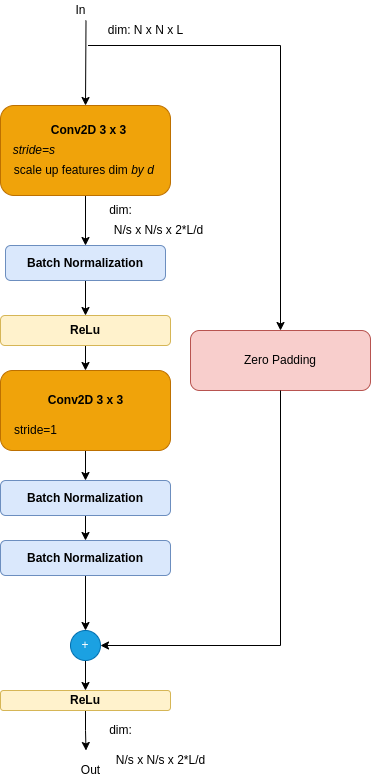
ronen-halevy/ronen-halevy.github.io keeps this draw.io diagram as assets/images/cnn-models/resnet-residual-block-dimenssions-matching-zero-padding.drawio.png. Above is the earlier version. Source tidied: cells renumbered, new cells last; positions are measured from the earlier drawing's top-left corner, leaving out a move shared by most shapes.
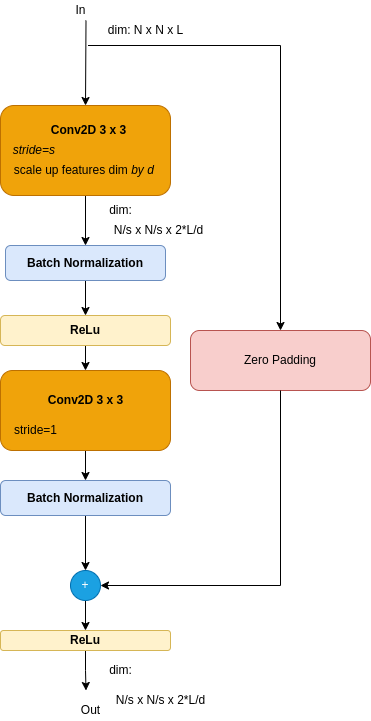
Above is the later version.

Change to the diagram source:
```diff
@@ -21,7 +21,7 @@
       <mxGeometry x="65" width="30" height="20" as="geometry" />
     </mxCell>
     <mxCell id="8" value="Out" style="text;html=1;align=center;verticalAlign=middle;strokeColor=none;fillColor=none;" parent="1" vertex="1">
-      <mxGeometry x="75" y="760" width="30" height="20" as="geometry" />
+      <mxGeometry x="75" y="700" width="30" height="20" as="geometry" />
     </mxCell>
     <mxCell id="9" value="&lt;i&gt;&amp;nbsp;&amp;nbsp;&lt;/i&gt;scale up features dim&amp;nbsp;&lt;i&gt;by d&lt;/i&gt;" style="text;html=1;align=center;verticalAlign=middle;strokeColor=none;fillColor=none;" parent="1" vertex="1">
       <mxGeometry y="160" width="160" height="20" as="geometry" />
@@ -36,27 +36,22 @@
       <mxGeometry x="100" y="20" width="90" height="20" as="geometry" />
     </mxCell>
     <mxCell id="13" value="&lt;span style=&quot;color: rgba(0 , 0 , 0 , 0) ; font-family: monospace ; font-size: 0px&quot;&gt;%3CmxGraphModel%3E%3Croot%3E%3CmxCell%20id%3D%220%22%2F%3E%3CmxCell%20id%3D%221%22%20parent%3D%220%22%2F%3E%3CmxCell%20id%3D%222%22%20value%3D%22N%2Fs%20x%20N%2Fs%20x%202*L%2Fd%22%20style%3D%22text%3Bhtml%3D1%3Balign%3Dcenter%3BverticalAlign%3Dmiddle%3Bresizable%3D0%3Bpoints%3D%5B%5D%3Bautosize%3D1%3BstrokeColor%3Dnone%3BfillColor%3Dnone%3B%22%20vertex%3D%221%22%20parent%3D%221%22%3E%3CmxGeometry%20x%3D%22820%22%20y%3D%22760%22%20width%3D%22100%22%20height%3D%2220%22%20as%3D%22geometry%22%2F%3E%3C%2FmxCell%3E%3C%2Froot%3E%3C%2FmxGraphModel%3E&lt;/span&gt;" style="text;html=1;align=center;verticalAlign=middle;strokeColor=none;fillColor=none;" parent="1" vertex="1">
-      <mxGeometry x="145" y="740" width="20" height="20" as="geometry" />
+      <mxGeometry x="145" y="680" width="20" height="20" as="geometry" />
     </mxCell>
     <mxCell id="14" value="stride=1" style="text;html=1;align=center;verticalAlign=middle;strokeColor=none;fillColor=none;" parent="1" vertex="1">
       <mxGeometry x="5" y="420" width="60" height="20" as="geometry" />
     </mxCell>
-    <mxCell id="15" style="edgeStyle=orthogonalEdgeStyle;rounded=0;jettySize=auto;html=1;" parent="1" edge="1" source="16">
-      <mxGeometry relative="1" as="geometry">
-        <mxPoint x="85" y="540" as="targetPoint" />
-      </mxGeometry>
-    </mxCell>
+    <mxCell id="36" style="edgeStyle=orthogonalEdgeStyle;rounded=0;jettySize=auto;html=1;" parent="1" edge="1" source="16" target="19">
+      <mxGeometry relative="1" as="geometry" />
+    </mxCell>
     <mxCell id="16" value="&lt;b&gt;Batch Normalization&lt;/b&gt;" style="rounded=1;whiteSpace=wrap;html=1;fillColor=#dae8fc;strokeColor=#6c8ebf;" parent="1" vertex="1">
       <mxGeometry y="480" width="170" height="35" as="geometry" />
     </mxCell>
-    <mxCell id="17" style="edgeStyle=orthogonalEdgeStyle;rounded=0;jettySize=auto;html=1;exitX=0.5;exitY=1;exitDx=0;exitDy=0;" parent="1" edge="1" source="28" target="19">
-      <mxGeometry relative="1" as="geometry" />
-    </mxCell>
     <mxCell id="18" style="edgeStyle=orthogonalEdgeStyle;rounded=0;jettySize=auto;html=1;" parent="1" edge="1" source="19" target="24">
       <mxGeometry relative="1" as="geometry" />
     </mxCell>
     <mxCell id="19" value="+" style="ellipse;whiteSpace=wrap;html=1;fillColor=#1ba1e2;fontColor=#ffffff;strokeColor=#006EAF;" parent="1" vertex="1">
-      <mxGeometry x="70" y="630" width="30" height="30" as="geometry" />
+      <mxGeometry x="70" y="570" width="30" height="30" as="geometry" />
     </mxCell>
     <mxCell id="20" style="edgeStyle=orthogonalEdgeStyle;rounded=0;orthogonalLoop=1;jettySize=auto;html=1;exitX=0.5;exitY=1;exitDx=0;exitDy=0;" parent="1" edge="1">
       <mxGeometry relative="1" as="geometry">
@@ -72,11 +67,11 @@
     </mxCell>
     <mxCell id="23" style="edgeStyle=orthogonalEdgeStyle;rounded=0;jettySize=auto;html=1;" parent="1" edge="1" source="24">
       <mxGeometry relative="1" as="geometry">
-        <mxPoint x="85.5" y="750" as="targetPoint" />
+        <mxPoint x="85.5" y="690" as="targetPoint" />
       </mxGeometry>
     </mxCell>
     <mxCell id="24" value="&lt;b&gt;ReLu&lt;/b&gt;" style="rounded=1;whiteSpace=wrap;html=1;fillColor=#fff2cc;strokeColor=#d6b656;" parent="1" vertex="1">
-      <mxGeometry y="690" width="170" height="20" as="geometry" />
+      <mxGeometry y="630" width="170" height="20" as="geometry" />
     </mxCell>
     <mxCell id="25" style="edgeStyle=orthogonalEdgeStyle;rounded=0;jettySize=auto;html=1;" parent="1" edge="1" source="26" target="22">
       <mxGeometry relative="1" as="geometry" />
@@ -85,11 +80,8 @@
       <mxGeometry x="5" y="245" width="160" height="35" as="geometry" />
     </mxCell>
     <mxCell id="27" value="dim:" style="text;html=1;align=center;verticalAlign=middle;strokeColor=none;fillColor=none;" parent="1" vertex="1">
-      <mxGeometry x="100" y="720" width="40" height="20" as="geometry" />
+      <mxGeometry x="100" y="660" width="40" height="20" as="geometry" />
     </mxCell>
-    <mxCell id="28" value="&lt;b&gt;Batch Normalization&lt;/b&gt;" style="rounded=1;whiteSpace=wrap;html=1;fillColor=#dae8fc;strokeColor=#6c8ebf;" parent="1" vertex="1">
-      <mxGeometry y="540" width="170" height="35" as="geometry" />
-    </mxCell>
     <mxCell id="29" style="endArrow=classic;html=1;rounded=0;entryX=0.5;entryY=0;entryDx=0;entryDy=0;" parent="1" edge="1" target="6">
       <mxGeometry relative="1" as="geometry">
         <mxPoint x="85.5" y="20" as="sourcePoint" />
@@ -116,12 +108,12 @@
     <mxCell id="34" style="edgeStyle=orthogonalEdgeStyle;rounded=0;jettySize=auto;html=1;entryX=1;entryY=0.5;entryDx=0;entryDy=0;exitX=0.5;exitY=1;exitDx=0;exitDy=0;" parent="1" edge="1" source="2" target="19">
       <mxGeometry relative="1" as="geometry">
         <Array as="points">
-          <mxPoint x="280" y="645" />
+          <mxPoint x="280" y="585" />
         </Array>
       </mxGeometry>
     </mxCell>
     <mxCell id="35" value="N/s x N/s x 2*L/d" style="text;html=1;align=center;verticalAlign=middle;strokeColor=none;fillColor=none;" parent="1" vertex="1">
-      <mxGeometry x="110" y="750" width="100" height="20" as="geometry" />
+      <mxGeometry x="110" y="690" width="100" height="20" as="geometry" />
     </mxCell>
   </root>
 </mxGraphModel>
```
